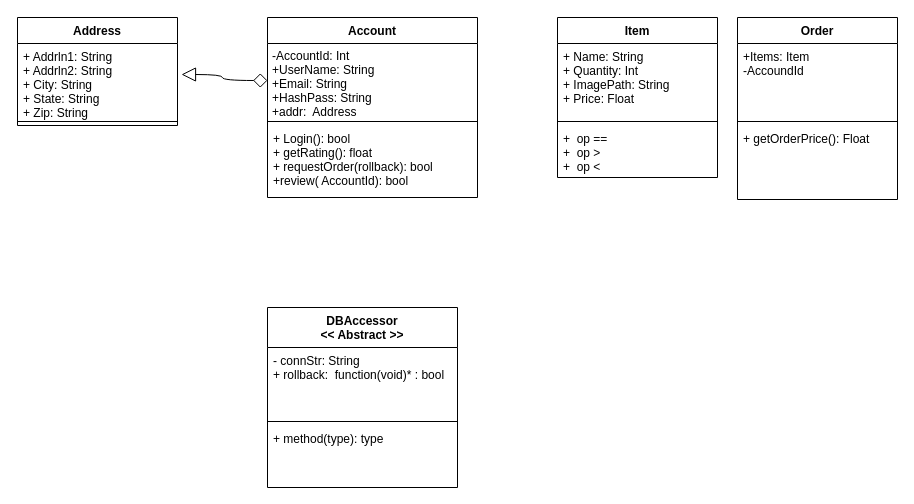
Earlier version of the draw.io diagram NaybrrUML.drawio (jcorm714/Naybrr). Source tidied: cells renumbered, new cells numbered last; positions are measured from the earlier drawing's top-left corner, leaving out a move shared by most shapes. Both pictures are drawn from the tidied source at 100%, with x=0, y=0 at pixel (17, 17).
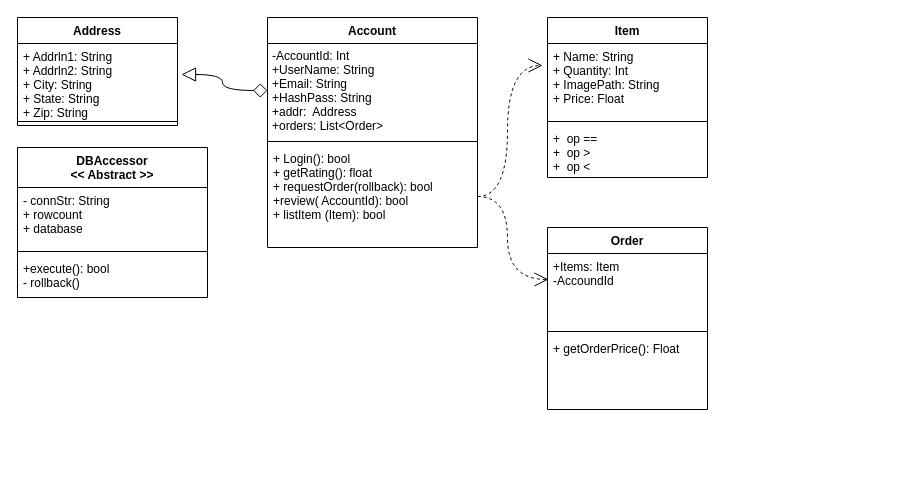
Above is the later version.

The change refers to these unchanged cells:
```xml
<mxCell id="15" value="+ Name: String&#10;+ Quantity: Int&#10;+ ImagePath: String&#10;+ Price: Float&#10;" style="text;strokeColor=none;fillColor=none;align=left;verticalAlign=top;spacingLeft=4;spacingRight=4;overflow=hidden;points=[[0,0.5],[1,0.5]];portConstraint=eastwest;" parent="14" vertex="1">
  <mxGeometry y="26" width="160" height="74" as="geometry" />
</mxCell>
```

Diff of the diagram source:
```diff
@@
-    <mxCell id="2" value="Order" style="swimlane;fontStyle=1;align=center;verticalAlign=top;horizontal=1;startSize=26;" parent="1" vertex="1">
-      <mxGeometry x="720" width="160" height="182" as="geometry" />
-    </mxCell>
-    <mxCell id="3" value="+Items: Item&#10;-AccoundId&#10;&#10;" style="text;strokeColor=none;fillColor=none;align=left;verticalAlign=top;spacingLeft=4;spacingRight=4;overflow=hidden;points=[[0,0.5],[1,0.5]];portConstraint=eastwest;" parent="2" vertex="1">
-      <mxGeometry y="26" width="160" height="74" as="geometry" />
-    </mxCell>
-    <mxCell id="4" style="line;strokeWidth=1;fillColor=none;align=left;verticalAlign=middle;spacingTop=-1;spacingLeft=3;spacingRight=3;labelPosition=right;" parent="2" vertex="1">
-      <mxGeometry y="100" width="160" height="8" as="geometry" />
-    </mxCell>
-    <mxCell id="5" value="+ getOrderPrice(): Float" style="text;strokeColor=none;fillColor=none;align=left;verticalAlign=top;spacingLeft=4;spacingRight=4;overflow=hidden;" parent="2" vertex="1">
-      <mxGeometry y="108" width="160" height="74" as="geometry" />
-    </mxCell>
     <mxCell id="6" value="Account" style="swimlane;fontStyle=1;align=center;verticalAlign=top;horizontal=1;startSize=26;" parent="1" vertex="1">
-      <mxGeometry x="250" width="210" height="180" as="geometry" />
+      <mxGeometry x="250" width="210" height="230" as="geometry" />
     </mxCell>
-    <mxCell id="7" value="-AccountId: Int&#10;+UserName: String&#10;+Email: String&#10;+HashPass: String&#10;+addr:  Address&#10;" style="text;strokeColor=none;fillColor=none;align=left;verticalAlign=top;spacingLeft=4;spacingRight=4;overflow=hidden;points=[[0,0.5],[1,0.5]];portConstraint=eastwest;spacing=1;" parent="6" vertex="1">
-      <mxGeometry y="26" width="210" height="74" as="geometry" />
+    <mxCell id="7" value="-AccountId: Int&#10;+UserName: String&#10;+Email: String&#10;+HashPass: String&#10;+addr:  Address&#10;+orders: List&lt;Order&gt;&#10;&#10;" style="text;strokeColor=none;fillColor=none;align=left;verticalAlign=top;spacingLeft=4;spacingRight=4;overflow=hidden;points=[[0,0.5],[1,0.5]];portConstraint=eastwest;spacing=1;" parent="6" vertex="1">
+      <mxGeometry y="26" width="210" height="94" as="geometry" />
     </mxCell>
     <mxCell id="8" style="line;strokeWidth=1;fillColor=none;align=left;verticalAlign=middle;spacingTop=-1;spacingLeft=3;spacingRight=3;labelPosition=right;" parent="6" vertex="1">
-      <mxGeometry y="100" width="210" height="8" as="geometry" />
+      <mxGeometry y="120" width="210" height="8" as="geometry" />
     </mxCell>
-    <mxCell id="9" value="+ Login(): bool&#10;+ getRating(): float&#10;+ requestOrder(rollback): bool&#10;+review( AccountId): bool&#10;" style="text;strokeColor=none;fillColor=none;align=left;verticalAlign=top;spacingLeft=4;spacingRight=4;overflow=hidden;points=[[0,0.5],[1,0.5]];portConstraint=eastwest;" parent="6" vertex="1">
-      <mxGeometry y="108" width="210" height="72" as="geometry" />
+    <mxCell id="9" value="+ Login(): bool&#10;+ getRating(): float&#10;+ requestOrder(rollback): bool&#10;+review( AccountId): bool&#10;+ listItem (Item): bool&#10;" style="text;strokeColor=none;fillColor=none;align=left;verticalAlign=top;spacingLeft=4;spacingRight=4;overflow=hidden;points=[[0,0.5],[1,0.5]];portConstraint=eastwest;" parent="6" vertex="1">
+      <mxGeometry y="128" width="210" height="102" as="geometry" />
     </mxCell>
@@
     <mxCell id="14" value="Item" style="swimlane;fontStyle=1;align=center;verticalAlign=top;horizontal=1;startSize=26;" parent="1" vertex="1">
-      <mxGeometry x="540" width="160" height="160" as="geometry" />
+      <mxGeometry x="530" width="160" height="160" as="geometry" />
     </mxCell>
@@
+    <mxCell id="22" value="0000" style="edgeStyle=orthogonalEdgeStyle;curved=1;rounded=0;jettySize=auto;html=1;exitX=1;exitY=0.5;exitDx=0;exitDy=0;entryX=-0.031;entryY=0.297;entryDx=0;entryDy=0;entryPerimeter=0;startArrow=none;startFill=0;startSize=12;endArrow=open;endFill=0;endSize=12;dashed=1;textOpacity=0;" parent="1" edge="1" source="9" target="15">
+      <mxGeometry relative="1" as="geometry" />
+    </mxCell>
+    <mxCell id="23" style="edgeStyle=orthogonalEdgeStyle;curved=1;rounded=0;jettySize=auto;html=1;exitX=1;exitY=0.5;exitDx=0;exitDy=0;entryX=0.006;entryY=0.351;entryDx=0;entryDy=0;entryPerimeter=0;dashed=1;startArrow=none;startFill=0;startSize=12;endArrow=open;endFill=0;endSize=12;" parent="1" edge="1" source="9" target="3">
+      <mxGeometry relative="1" as="geometry" />
+    </mxCell>
+    <mxCell id="2" value="Order" style="swimlane;fontStyle=1;align=center;verticalAlign=top;horizontal=1;startSize=26;" parent="1" vertex="1">
+      <mxGeometry x="530" y="210" width="160" height="182" as="geometry" />
+    </mxCell>
+    <mxCell id="3" value="+Items: Item&#10;-AccoundId&#10;&#10;" style="text;strokeColor=none;fillColor=none;align=left;verticalAlign=top;spacingLeft=4;spacingRight=4;overflow=hidden;points=[[0,0.5],[1,0.5]];portConstraint=eastwest;" parent="2" vertex="1">
+      <mxGeometry y="26" width="160" height="74" as="geometry" />
+    </mxCell>
+    <mxCell id="4" style="line;strokeWidth=1;fillColor=none;align=left;verticalAlign=middle;spacingTop=-1;spacingLeft=3;spacingRight=3;labelPosition=right;" parent="2" vertex="1">
+      <mxGeometry y="100" width="160" height="8" as="geometry" />
+    </mxCell>
+    <mxCell id="5" value="+ getOrderPrice(): Float" style="text;strokeColor=none;fillColor=none;align=left;verticalAlign=top;spacingLeft=4;spacingRight=4;overflow=hidden;" parent="2" vertex="1">
+      <mxGeometry y="108" width="160" height="74" as="geometry" />
+    </mxCell>
     <mxCell id="18" value="DBAccessor&#10;&lt;&lt; Abstract &gt;&gt;&#10;" style="swimlane;fontStyle=1;align=center;verticalAlign=top;horizontal=1;startSize=40;" parent="1" vertex="1">
-      <mxGeometry x="250" y="290" width="190" height="180" as="geometry" />
+      <mxGeometry y="130" width="190" height="150" as="geometry" />
     </mxCell>
-    <mxCell id="19" value="- connStr: String&#10;+ rollback:  function(void)* : bool&#10;" style="text;strokeColor=none;fillColor=none;align=left;verticalAlign=top;spacingLeft=4;spacingRight=4;overflow=hidden;" parent="18" vertex="1">
-      <mxGeometry y="40" width="190" height="70" as="geometry" />
+    <mxCell id="19" value="- connStr: String&#10;+ rowcount&#10;+ database &#10;&#10;&#10;&#10;" style="text;strokeColor=none;fillColor=none;align=left;verticalAlign=top;spacingLeft=4;spacingRight=4;overflow=hidden;" parent="18" vertex="1">
+      <mxGeometry y="40" width="190" height="60" as="geometry" />
     </mxCell>
     <mxCell id="20" style="line;strokeWidth=1;fillColor=none;align=left;verticalAlign=middle;spacingTop=-1;spacingLeft=3;spacingRight=3;labelPosition=right;" parent="18" vertex="1">
-      <mxGeometry y="110" width="190" height="8" as="geometry" />
+      <mxGeometry y="100" width="190" height="8" as="geometry" />
     </mxCell>
-    <mxCell id="21" value="+ method(type): type" style="text;strokeColor=none;fillColor=none;align=left;verticalAlign=top;spacingLeft=4;spacingRight=4;overflow=hidden;" parent="18" vertex="1">
-      <mxGeometry y="118" width="190" height="62" as="geometry" />
+    <mxCell id="21" value="+execute(): bool&#10;- rollback() &#10;" style="text;strokeColor=none;fillColor=none;align=left;verticalAlign=top;spacingLeft=4;spacingRight=4;overflow=hidden;" parent="18" vertex="1">
+      <mxGeometry y="108" width="190" height="42" as="geometry" />
     </mxCell>
```
